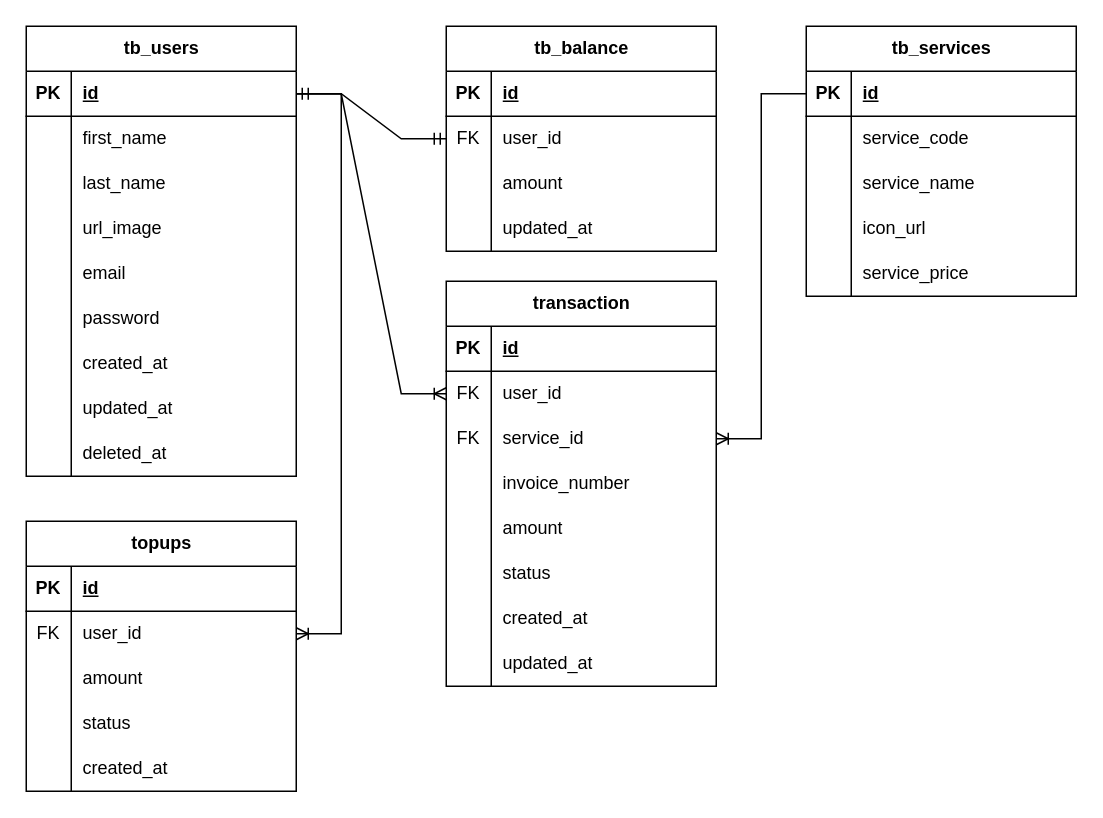
DemoNicky/nutech-test-backend keeps this draw.io diagram as database-nutech.drawio. Above is the earlier version. Source tidied: cells renumbered, new cells numbered last; positions are measured from the earlier drawing's top-left corner, leaving out a move shared by most shapes. Both pictures are drawn from the tidied source at 150%, with x=0, y=0 at pixel (26, 26).
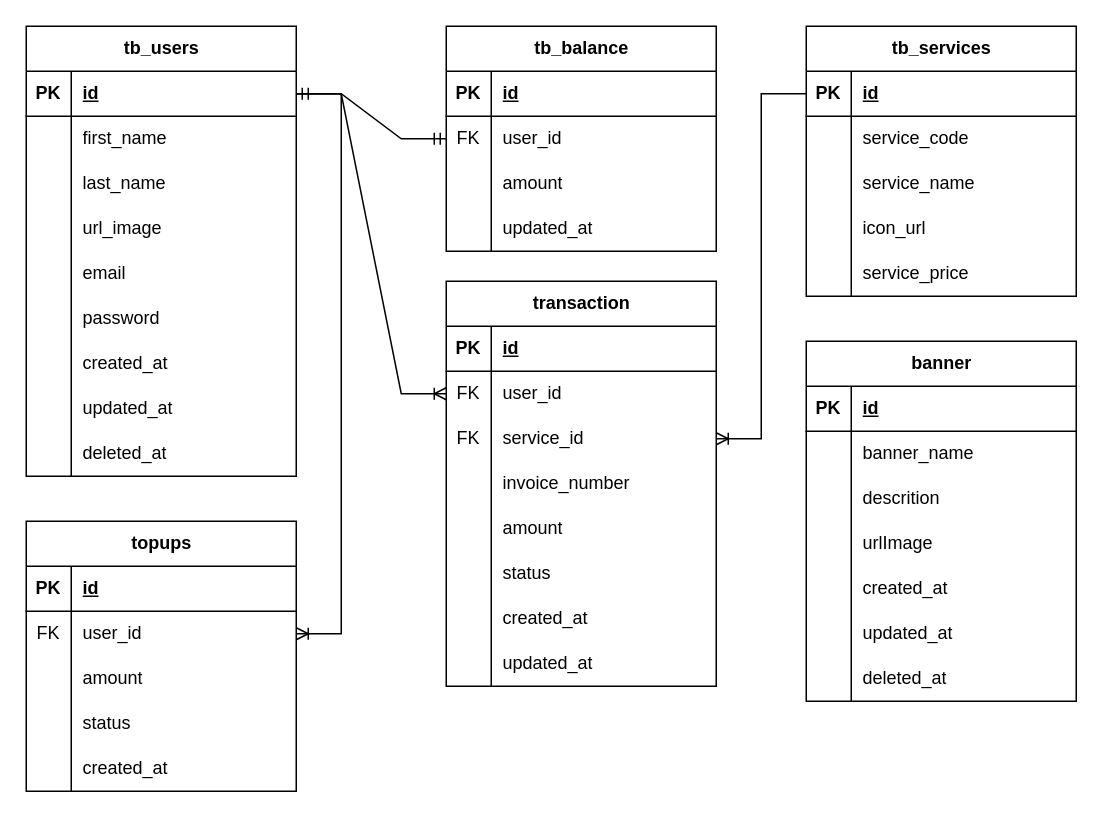
Above is the later version.

The edit, as a diff of the source:
```diff
@@
+    <mxCell id="104" value="banner" style="shape=table;startSize=30;childLayout=tableLayout;rowLines=0;fontStyle=1;align=center;html=1;" parent="1" vertex="1">
+      <mxGeometry x="520" y="210" width="180" height="240" as="geometry" />
+    </mxCell>
+    <mxCell id="105" style="shape=tableRow;horizontal=0;startSize=0;swimlaneHead=0;swimlaneBody=0;fillColor=none;top=0;left=0;right=0;bottom=1;" parent="104" vertex="1">
+      <mxGeometry y="30" width="180" height="30" as="geometry" />
+    </mxCell>
+    <mxCell id="106" value="PK" style="shape=partialRectangle;fillColor=none;top=0;left=0;bottom=0;right=0;fontStyle=1;overflow=hidden;whiteSpace=wrap;html=1;" parent="105" vertex="1">
+      <mxGeometry width="30" height="30" as="geometry" />
+    </mxCell>
+    <mxCell id="107" value="id" style="shape=partialRectangle;fillColor=none;top=0;left=0;bottom=0;right=0;align=left;spacingLeft=6;fontStyle=5;overflow=hidden;whiteSpace=wrap;html=1;" parent="105" vertex="1">
+      <mxGeometry x="30" width="150" height="30" as="geometry" />
+    </mxCell>
+    <mxCell id="108" style="shape=tableRow;horizontal=0;startSize=0;swimlaneHead=0;swimlaneBody=0;fillColor=none;top=0;left=0;right=0;bottom=0;" parent="104" vertex="1">
+      <mxGeometry y="60" width="180" height="30" as="geometry" />
+    </mxCell>
+    <mxCell id="109" style="shape=partialRectangle;fillColor=none;top=0;left=0;bottom=0;right=0;overflow=hidden;whiteSpace=wrap;html=1;" parent="108" vertex="1">
+      <mxGeometry width="30" height="30" as="geometry" />
+    </mxCell>
+    <mxCell id="110" value="banner_name" style="shape=partialRectangle;fillColor=none;top=0;left=0;bottom=0;right=0;align=left;spacingLeft=6;overflow=hidden;whiteSpace=wrap;html=1;" parent="108" vertex="1">
+      <mxGeometry x="30" width="150" height="30" as="geometry" />
+    </mxCell>
+    <mxCell id="111" style="shape=tableRow;horizontal=0;startSize=0;swimlaneHead=0;swimlaneBody=0;fillColor=none;top=0;left=0;right=0;bottom=0;" parent="104" vertex="1">
+      <mxGeometry y="90" width="180" height="30" as="geometry" />
+    </mxCell>
+    <mxCell id="112" style="shape=partialRectangle;fillColor=none;top=0;left=0;bottom=0;right=0;overflow=hidden;whiteSpace=wrap;html=1;" parent="111" vertex="1">
+      <mxGeometry width="30" height="30" as="geometry" />
+    </mxCell>
+    <mxCell id="113" value="descrition" style="shape=partialRectangle;fillColor=none;top=0;left=0;bottom=0;right=0;align=left;spacingLeft=6;overflow=hidden;whiteSpace=wrap;html=1;" parent="111" vertex="1">
+      <mxGeometry x="30" width="150" height="30" as="geometry" />
+    </mxCell>
+    <mxCell id="114" style="shape=tableRow;horizontal=0;startSize=0;swimlaneHead=0;swimlaneBody=0;fillColor=none;top=0;left=0;right=0;bottom=0;" parent="104" vertex="1">
+      <mxGeometry y="120" width="180" height="30" as="geometry" />
+    </mxCell>
+    <mxCell id="115" style="shape=partialRectangle;fillColor=none;top=0;left=0;bottom=0;right=0;overflow=hidden;whiteSpace=wrap;html=1;" parent="114" vertex="1">
+      <mxGeometry width="30" height="30" as="geometry" />
+    </mxCell>
+    <mxCell id="116" value="urlImage" style="shape=partialRectangle;fillColor=none;top=0;left=0;bottom=0;right=0;align=left;spacingLeft=6;overflow=hidden;whiteSpace=wrap;html=1;" parent="114" vertex="1">
+      <mxGeometry x="30" width="150" height="30" as="geometry" />
+    </mxCell>
+    <mxCell id="117" style="shape=tableRow;horizontal=0;startSize=0;swimlaneHead=0;swimlaneBody=0;fillColor=none;top=0;left=0;right=0;bottom=0;" parent="104" vertex="1">
+      <mxGeometry y="150" width="180" height="30" as="geometry" />
+    </mxCell>
+    <mxCell id="118" style="shape=partialRectangle;fillColor=none;top=0;left=0;bottom=0;right=0;overflow=hidden;whiteSpace=wrap;html=1;" parent="117" vertex="1">
+      <mxGeometry width="30" height="30" as="geometry" />
+    </mxCell>
+    <mxCell id="119" value="created_at" style="shape=partialRectangle;fillColor=none;top=0;left=0;bottom=0;right=0;align=left;spacingLeft=6;overflow=hidden;whiteSpace=wrap;html=1;" parent="117" vertex="1">
+      <mxGeometry x="30" width="150" height="30" as="geometry" />
+    </mxCell>
+    <mxCell id="120" style="shape=tableRow;horizontal=0;startSize=0;swimlaneHead=0;swimlaneBody=0;fillColor=none;top=0;left=0;right=0;bottom=0;" parent="104" vertex="1">
+      <mxGeometry y="180" width="180" height="30" as="geometry" />
+    </mxCell>
+    <mxCell id="121" style="shape=partialRectangle;fillColor=none;top=0;left=0;bottom=0;right=0;overflow=hidden;whiteSpace=wrap;html=1;" parent="120" vertex="1">
+      <mxGeometry width="30" height="30" as="geometry" />
+    </mxCell>
+    <mxCell id="122" value="updated_at" style="shape=partialRectangle;fillColor=none;top=0;left=0;bottom=0;right=0;align=left;spacingLeft=6;overflow=hidden;whiteSpace=wrap;html=1;" parent="120" vertex="1">
+      <mxGeometry x="30" width="150" height="30" as="geometry" />
+    </mxCell>
+    <mxCell id="123" style="shape=tableRow;horizontal=0;startSize=0;swimlaneHead=0;swimlaneBody=0;fillColor=none;top=0;left=0;right=0;bottom=0;" parent="104" vertex="1">
+      <mxGeometry y="210" width="180" height="30" as="geometry" />
+    </mxCell>
+    <mxCell id="124" style="shape=partialRectangle;fillColor=none;top=0;left=0;bottom=0;right=0;overflow=hidden;whiteSpace=wrap;html=1;" parent="123" vertex="1">
+      <mxGeometry width="30" height="30" as="geometry" />
+    </mxCell>
+    <mxCell id="125" value="deleted_at" style="shape=partialRectangle;fillColor=none;top=0;left=0;bottom=0;right=0;align=left;spacingLeft=6;overflow=hidden;whiteSpace=wrap;html=1;" parent="123" vertex="1">
+      <mxGeometry x="30" width="150" height="30" as="geometry" />
+    </mxCell>
```
